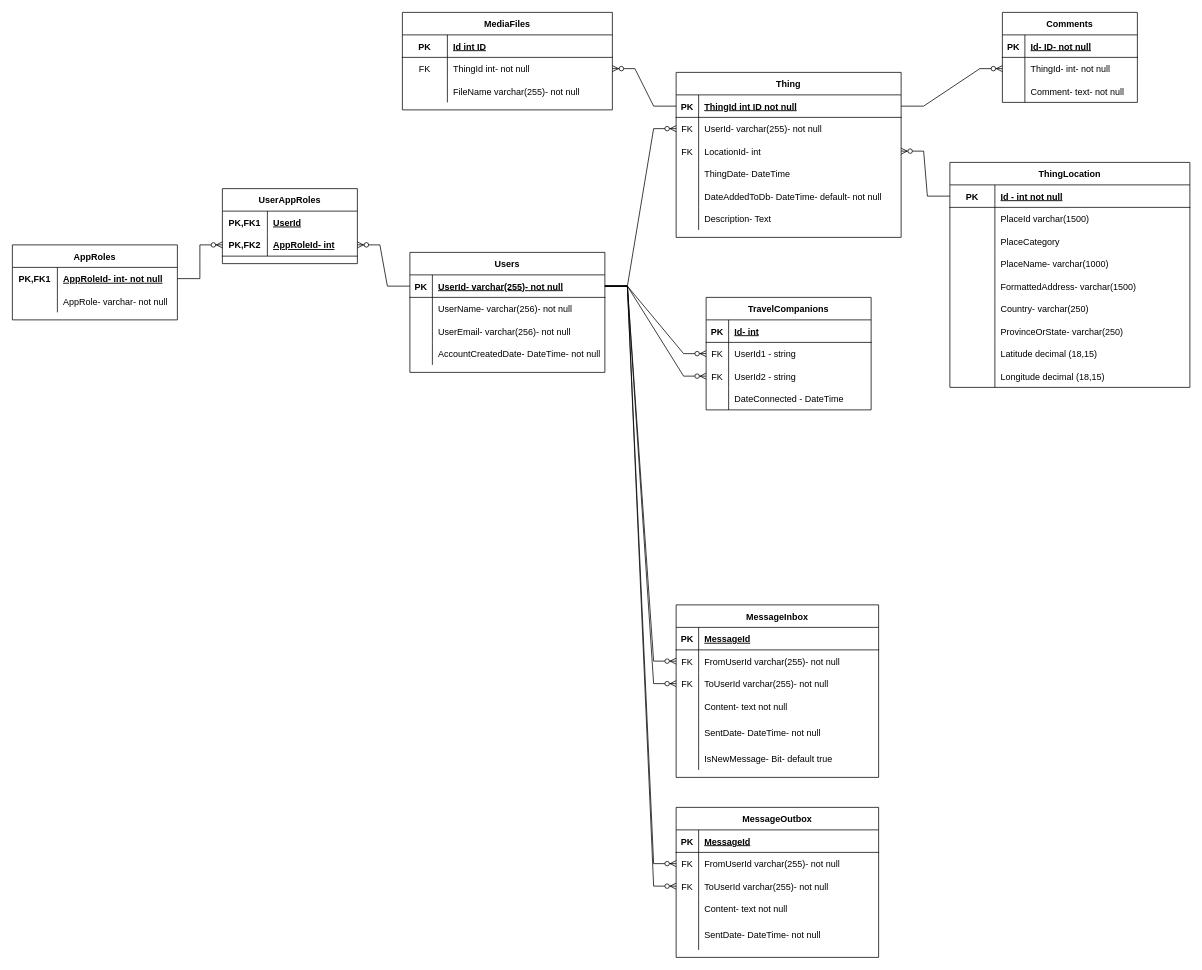
Earlier version of the draw.io diagram IAmTraveling/IAmTraveling-ERD.drawio (Corytb/RepositoryOfCory). Source tidied: cells renumbered, new cells numbered last; positions are measured from the earlier drawing's top-left corner, leaving out a move shared by most shapes. Both pictures are drawn from the tidied source at 75%, with x=0, y=0 at pixel (12, 12).
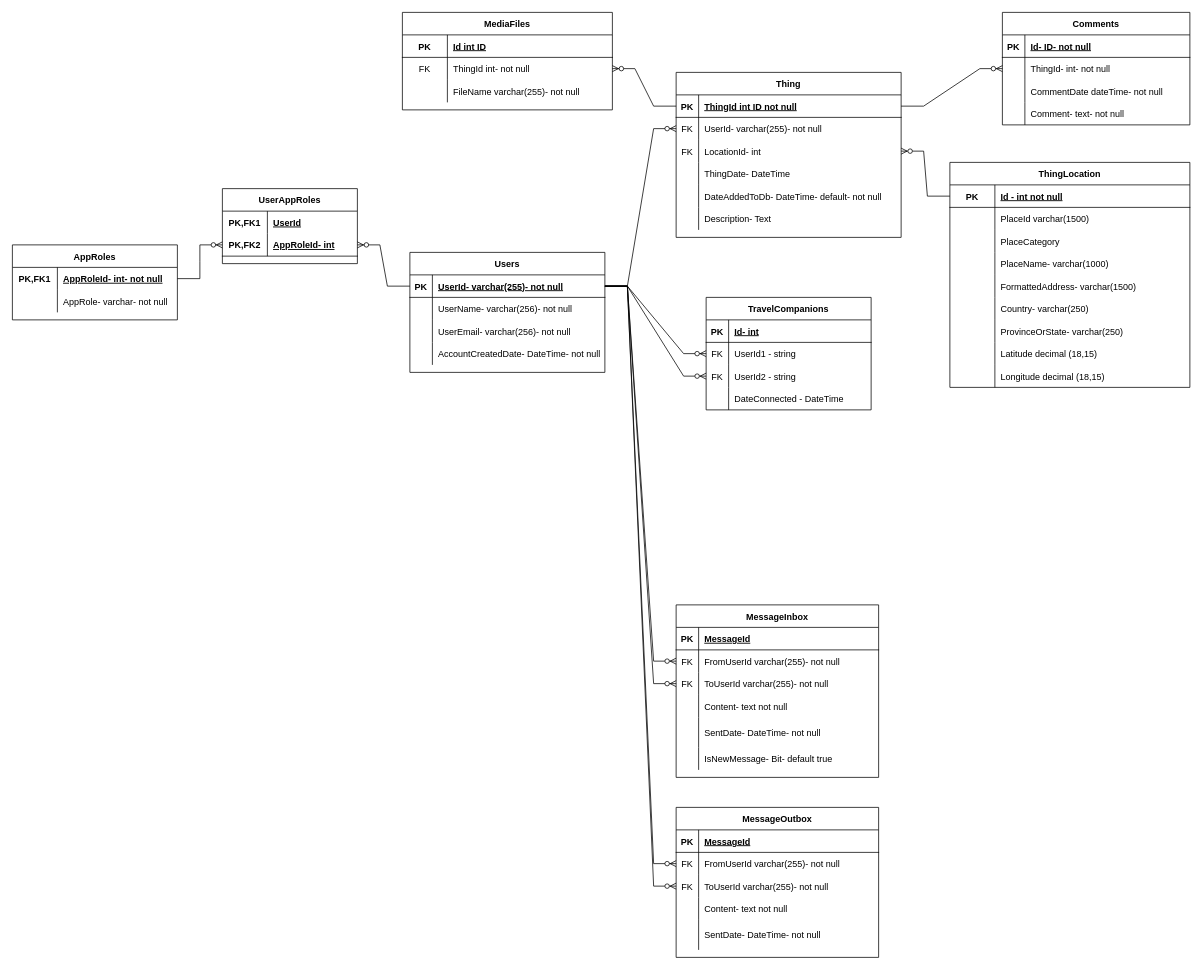
The same diagram, later.

Change to the diagram source:
```diff
@@
     <mxCell id="130" value="Comments" style="shape=table;startSize=30;childLayout=tableLayout;rowLines=0;fontStyle=1;align=center;" parent="1" vertex="1">
-      <mxGeometry x="1320" width="180" height="120" as="geometry" />
+      <mxGeometry x="1320" width="250" height="150" as="geometry" />
     </mxCell>
     <mxCell id="131" style="shape=tableRow;horizontal=0;startSize=0;swimlaneHead=0;swimlaneBody=0;fillColor=none;top=0;left=0;right=0;bottom=1;" parent="130" vertex="1">
-      <mxGeometry y="30" width="180" height="30" as="geometry" />
+      <mxGeometry y="30" width="250" height="30" as="geometry" />
     </mxCell>
@@
     <mxCell id="133" value="Id- ID- not null" style="shape=partialRectangle;fillColor=none;top=0;left=0;bottom=0;right=0;align=left;spacingLeft=6;fontStyle=5;overflow=hidden;" parent="131" vertex="1">
-      <mxGeometry x="30" width="150" height="30" as="geometry" />
+      <mxGeometry x="30" width="220" height="30" as="geometry" />
     </mxCell>
     <mxCell id="134" style="shape=tableRow;horizontal=0;startSize=0;swimlaneHead=0;swimlaneBody=0;fillColor=none;points=[[0,0.5],[1,0.5]];portConstraint=eastwest;top=0;left=0;right=0;bottom=0;" parent="130" vertex="1">
-      <mxGeometry y="60" width="180" height="30" as="geometry" />
+      <mxGeometry y="60" width="250" height="30" as="geometry" />
     </mxCell>
@@
     <mxCell id="136" value="ThingId- int- not null" style="shape=partialRectangle;fillColor=none;top=0;left=0;bottom=0;right=0;align=left;spacingLeft=6;overflow=hidden;" parent="134" vertex="1">
-      <mxGeometry x="30" width="150" height="30" as="geometry" />
+      <mxGeometry x="30" width="220" height="30" as="geometry" />
     </mxCell>
+    <mxCell id="156" style="shape=tableRow;horizontal=0;startSize=0;swimlaneHead=0;swimlaneBody=0;fillColor=none;top=0;left=0;right=0;bottom=0;" parent="130" vertex="1">
+      <mxGeometry y="90" width="250" height="30" as="geometry" />
+    </mxCell>
+    <mxCell id="157" style="shape=partialRectangle;fillColor=none;top=0;left=0;bottom=0;right=0;overflow=hidden;" parent="156" vertex="1">
+      <mxGeometry width="30" height="30" as="geometry" />
+    </mxCell>
+    <mxCell id="158" value="CommentDate dateTime- not null" style="shape=partialRectangle;fillColor=none;top=0;left=0;bottom=0;right=0;align=left;spacingLeft=6;overflow=hidden;" parent="156" vertex="1">
+      <mxGeometry x="30" width="220" height="30" as="geometry" />
+    </mxCell>
     <mxCell id="137" style="shape=tableRow;horizontal=0;startSize=0;swimlaneHead=0;swimlaneBody=0;fillColor=none;top=0;left=0;right=0;bottom=0;" parent="130" vertex="1">
-      <mxGeometry y="90" width="180" height="30" as="geometry" />
+      <mxGeometry y="120" width="250" height="30" as="geometry" />
     </mxCell>
@@
     <mxCell id="139" value="Comment- text- not null" style="shape=partialRectangle;fillColor=none;top=0;left=0;bottom=0;right=0;align=left;spacingLeft=6;overflow=hidden;" parent="137" vertex="1">
-      <mxGeometry x="30" width="150" height="30" as="geometry" />
+      <mxGeometry x="30" width="220" height="30" as="geometry" />
     </mxCell>
```
